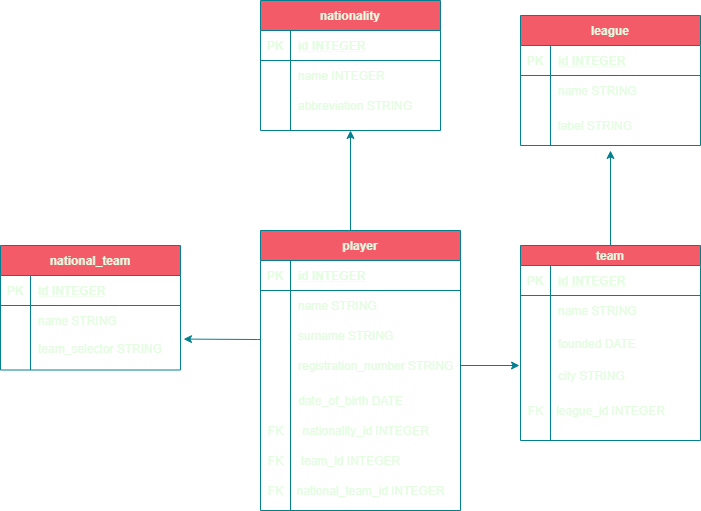
vukan-markovic/Distributed-information-systems keeps this draw.io diagram as diagrams/database-diagram.png. Above is the earlier version. Source tidied: cells renumbered, new cells last; positions are measured from the earlier drawing's top-left corner, leaving out a move shared by most shapes.
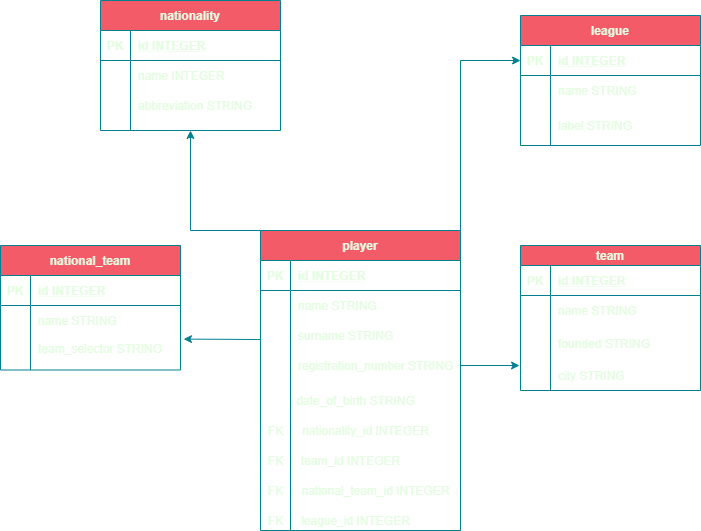
After the commit.

The edit, as a diff of the source:
```diff
@@ -3,7 +3,7 @@
     <mxCell id="0" />
     <mxCell id="1" parent="0" />
     <mxCell id="2" value="nationality" style="shape=table;startSize=30;rowLines=0;fontStyle=1;align=center;fillColor=#F45B69;strokeColor=#028090;fontColor=#E4FDE1;" parent="1" vertex="1">
-      <mxGeometry x="260" width="180" height="130" as="geometry" />
+      <mxGeometry x="100" width="180" height="130" as="geometry" />
     </mxCell>
     <mxCell id="3" style="shape=partialRectangle;fillColor=none;top=0;left=0;bottom=1;right=0;strokeColor=#028090;fontColor=#E4FDE1;" parent="2" vertex="1">
       <mxGeometry y="30" width="180" height="30" as="geometry" />
@@ -40,7 +40,7 @@
         </Array>
       </mxGeometry>
     </mxCell>
-    <mxCell id="13" style="edgeStyle=orthogonalEdgeStyle;rounded=0;jettySize=auto;html=1;strokeColor=#028090;fontColor=#E4FDE1;labelBackgroundColor=#114B5F;exitX=1;exitY=0.5;exitDx=0;exitDy=0;" parent="1" edge="1" source="25">
+    <mxCell id="13" style="edgeStyle=orthogonalEdgeStyle;rounded=0;jettySize=auto;html=1;strokeColor=#028090;fontColor=#E4FDE1;exitX=1;exitY=0.5;exitDx=0;exitDy=0;labelBackgroundColor=#114B5F;" parent="1" edge="1" source="25">
       <mxGeometry relative="1" as="geometry">
         <mxPoint x="519" y="365" as="targetPoint" />
       </mxGeometry>
@@ -53,8 +53,15 @@
         </Array>
       </mxGeometry>
     </mxCell>
+    <mxCell id="71" style="edgeStyle=orthogonalEdgeStyle;rounded=0;jettySize=auto;html=1;entryX=0;entryY=0.5;entryDx=0;entryDy=0;labelBackgroundColor=#114B5F;strokeColor=#028090;fontColor=#E4FDE1;" parent="1" edge="1" source="15" target="47">
+      <mxGeometry relative="1" as="geometry">
+        <Array as="points">
+          <mxPoint x="460" y="60" />
+        </Array>
+      </mxGeometry>
+    </mxCell>
     <mxCell id="15" value="player" style="shape=table;startSize=30;rowLines=0;fontStyle=1;align=center;fillColor=#F45B69;strokeColor=#028090;fontColor=#E4FDE1;" parent="1" vertex="1">
-      <mxGeometry x="260" y="230" width="200" height="280" as="geometry" />
+      <mxGeometry x="260" y="230" width="200" height="300" as="geometry" />
     </mxCell>
     <mxCell id="16" style="shape=partialRectangle;fillColor=none;top=0;left=0;bottom=1;right=0;strokeColor=#028090;fontColor=#E4FDE1;" parent="15" vertex="1">
       <mxGeometry y="30" width="200" height="30" as="geometry" />
@@ -92,8 +99,8 @@
     <mxCell id="27" value="registration_number STRING" style="shape=partialRectangle;fillColor=none;top=0;left=0;bottom=0;right=0;align=left;spacingLeft=6;overflow=hidden;strokeColor=#028090;fontColor=#E4FDE1;" parent="25" vertex="1">
       <mxGeometry x="30" width="170" height="30" as="geometry" />
     </mxCell>
-    <mxCell id="28" value="date_of_birth DATE" style="text;html=1;align=center;verticalAlign=middle;strokeColor=none;fontColor=#E4FDE1;" parent="1" vertex="1">
-      <mxGeometry x="290" y="390" width="120" height="20" as="geometry" />
+    <mxCell id="28" value="date_of_birth&amp;nbsp;&lt;span style=&quot;text-align: left&quot;&gt;STRING&lt;/span&gt;" style="text;html=1;align=center;verticalAlign=middle;strokeColor=none;fontColor=#E4FDE1;" parent="1" vertex="1">
+      <mxGeometry x="290" y="390" width="130" height="20" as="geometry" />
     </mxCell>
     <mxCell id="29" value="nationality_id INTEGER" style="text;html=1;align=center;verticalAlign=middle;strokeColor=none;fontColor=#E4FDE1;" parent="1" vertex="1">
       <mxGeometry x="295" y="420" width="140" height="20" as="geometry" />
@@ -101,13 +108,8 @@
     <mxCell id="30" value="team_id INTEGER" style="text;html=1;align=center;verticalAlign=middle;strokeColor=none;fontColor=#E4FDE1;" parent="1" vertex="1">
       <mxGeometry x="295" y="450" width="110" height="20" as="geometry" />
     </mxCell>
-    <mxCell id="31" style="edgeStyle=orthogonalEdgeStyle;rounded=0;jettySize=auto;html=1;strokeColor=#028090;fontColor=#E4FDE1;labelBackgroundColor=#114B5F;" parent="1" edge="1" source="32">
-      <mxGeometry relative="1" as="geometry">
-        <mxPoint x="610" y="150" as="targetPoint" />
-      </mxGeometry>
-    </mxCell>
     <mxCell id="32" value="team" style="shape=table;startSize=20;rowLines=0;fontStyle=1;align=center;fillColor=#F45B69;strokeColor=#028090;fontColor=#E4FDE1;" parent="1" vertex="1">
-      <mxGeometry x="520" y="245" width="180" height="195" as="geometry" />
+      <mxGeometry x="520" y="245" width="180" height="145" as="geometry" />
     </mxCell>
     <mxCell id="33" style="shape=partialRectangle;fillColor=none;top=0;left=0;bottom=1;right=0;strokeColor=#028090;fontColor=#E4FDE1;" parent="32" vertex="1">
       <mxGeometry y="20" width="180" height="30" as="geometry" />
@@ -133,7 +135,7 @@
     <mxCell id="40" style="shape=partialRectangle;fillColor=none;top=0;left=0;bottom=0;right=0;overflow=hidden;strokeColor=#028090;fontColor=#E4FDE1;" parent="39" vertex="1">
       <mxGeometry width="30" height="35" as="geometry" />
     </mxCell>
-    <mxCell id="41" value="founded DATE" style="shape=partialRectangle;fillColor=none;top=0;left=0;bottom=0;right=0;align=left;spacingLeft=6;overflow=hidden;strokeColor=#028090;fontColor=#E4FDE1;" parent="39" vertex="1">
+    <mxCell id="41" value="founded STRING" style="shape=partialRectangle;fillColor=none;top=0;left=0;bottom=0;right=0;align=left;spacingLeft=6;overflow=hidden;strokeColor=#028090;fontColor=#E4FDE1;" parent="39" vertex="1">
       <mxGeometry x="30" width="150" height="35" as="geometry" />
     </mxCell>
     <mxCell id="42" style="shape=partialRectangle;fillColor=none;top=0;left=0;bottom=0;right=0;strokeColor=#028090;fontColor=#E4FDE1;" parent="32" vertex="1">
@@ -145,9 +147,6 @@
     <mxCell id="44" value="city STRING" style="shape=partialRectangle;fillColor=none;top=0;left=0;bottom=0;right=0;align=left;spacingLeft=6;overflow=hidden;strokeColor=#028090;fontColor=#E4FDE1;" parent="42" vertex="1">
       <mxGeometry x="30" width="150" height="30" as="geometry" />
     </mxCell>
-    <mxCell id="45" value="league_id INTEGER" style="text;html=1;align=center;verticalAlign=middle;strokeColor=none;fontColor=#E4FDE1;" parent="1" vertex="1">
-      <mxGeometry x="550" y="400" width="120" height="20" as="geometry" />
-    </mxCell>
     <mxCell id="46" value="league" style="shape=table;startSize=30;rowLines=0;fontStyle=1;align=center;fillColor=#F45B69;strokeColor=#028090;fontColor=#E4FDE1;" parent="1" vertex="1">
       <mxGeometry x="520" y="15" width="180" height="130" as="geometry" />
     </mxCell>
@@ -209,7 +208,7 @@
       <mxGeometry x="30" width="150" height="25" as="geometry" />
     </mxCell>
     <mxCell id="66" value="national_team_id INTEGER" style="text;html=1;align=center;verticalAlign=middle;strokeColor=none;fontColor=#E4FDE1;" parent="1" vertex="1">
-      <mxGeometry x="290" y="480" width="160" height="20" as="geometry" />
+      <mxGeometry x="295" y="480" width="160" height="20" as="geometry" />
     </mxCell>
     <mxCell id="67" value="FK" style="text;html=1;align=center;verticalAlign=middle;strokeColor=none;fontColor=#E4FDE1;" parent="1" vertex="1">
       <mxGeometry x="260" y="480" width="30" height="20" as="geometry" />
@@ -220,8 +219,11 @@
     <mxCell id="69" value="FK" style="text;html=1;align=center;verticalAlign=middle;strokeColor=none;fontColor=#E4FDE1;" parent="1" vertex="1">
       <mxGeometry x="260" y="420" width="30" height="20" as="geometry" />
     </mxCell>
+    <mxCell id="45" value="league_id INTEGER" style="text;html=1;align=center;verticalAlign=middle;strokeColor=none;fontColor=#E4FDE1;" parent="1" vertex="1">
+      <mxGeometry x="295" y="510" width="120" height="20" as="geometry" />
+    </mxCell>
     <mxCell id="70" value="FK" style="text;html=1;align=center;verticalAlign=middle;strokeColor=none;fontColor=#E4FDE1;" parent="1" vertex="1">
-      <mxGeometry x="520" y="400" width="30" height="20" as="geometry" />
+      <mxGeometry x="260" y="510" width="30" height="20" as="geometry" />
     </mxCell>
   </root>
 </mxGraphModel>
```
